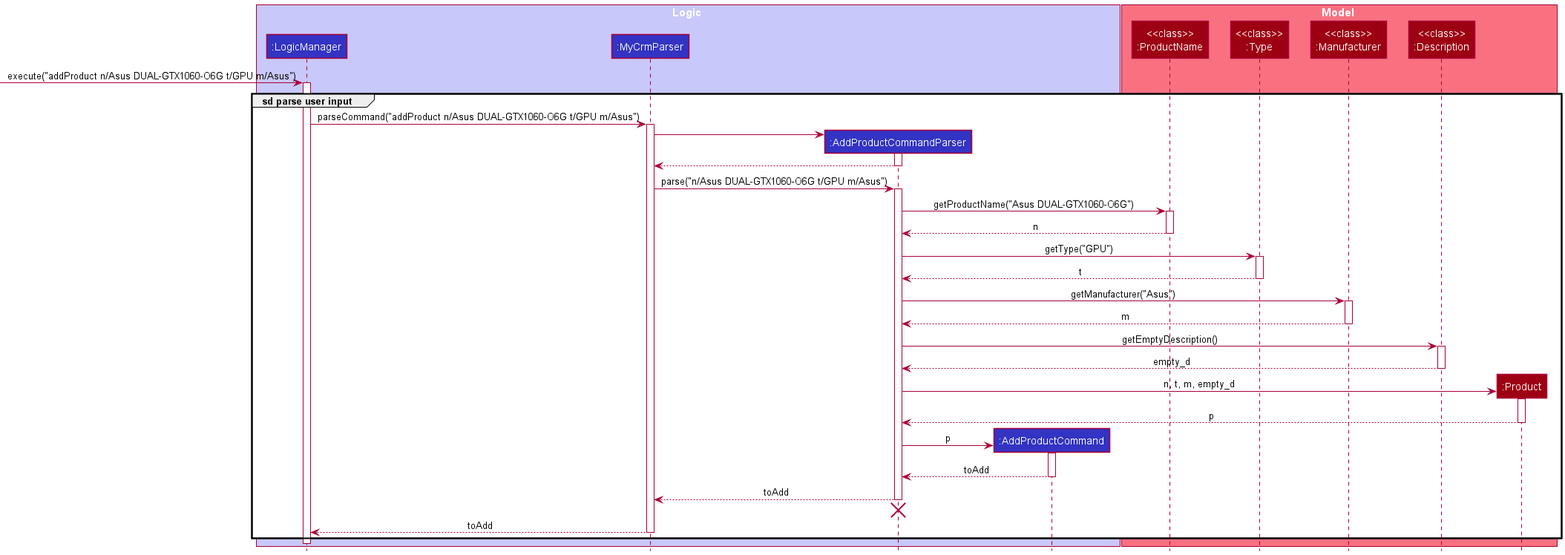
Before: docs/images/product/AddProductSequenceDiagram_Parse.png, a diagram exported from PlantUML (ooawagaeri/tp).
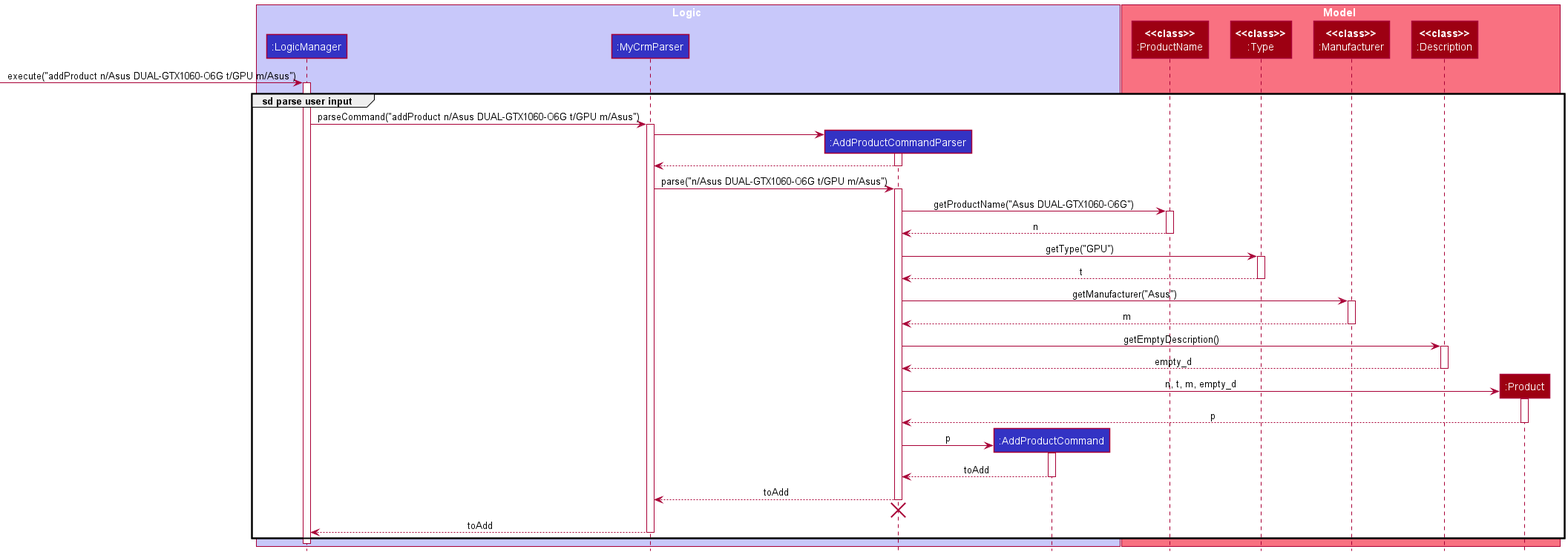
Later version of the same file.

What changed in the source:
```diff
@@ -9,10 +9,10 @@
 end box
 
 box Model MODEL_COLOR_T1
-participant "<<class>>\n:ProductName" as ProductName MODEL_COLOR
-participant "<<class>>\n:Type" as Type MODEL_COLOR
-participant "<<class>>\n:Manufacturer" as Manufacturer MODEL_COLOR
-participant "<<class>>\n:Description" as Description MODEL_COLOR
+participant "**<<class>>**\n:ProductName" as ProductName MODEL_COLOR
+participant "**<<class>>**\n:Type" as Type MODEL_COLOR
+participant "**<<class>>**\n:Manufacturer" as Manufacturer MODEL_COLOR
+participant "**<<class>>**\n:Description" as Description MODEL_COLOR
 participant ":Product" as Product MODEL_COLOR
 end box
 [-> LogicManager : execute("addProduct n/Asus DUAL-GTX1060-O6G t/GPU m/Asus")
```
